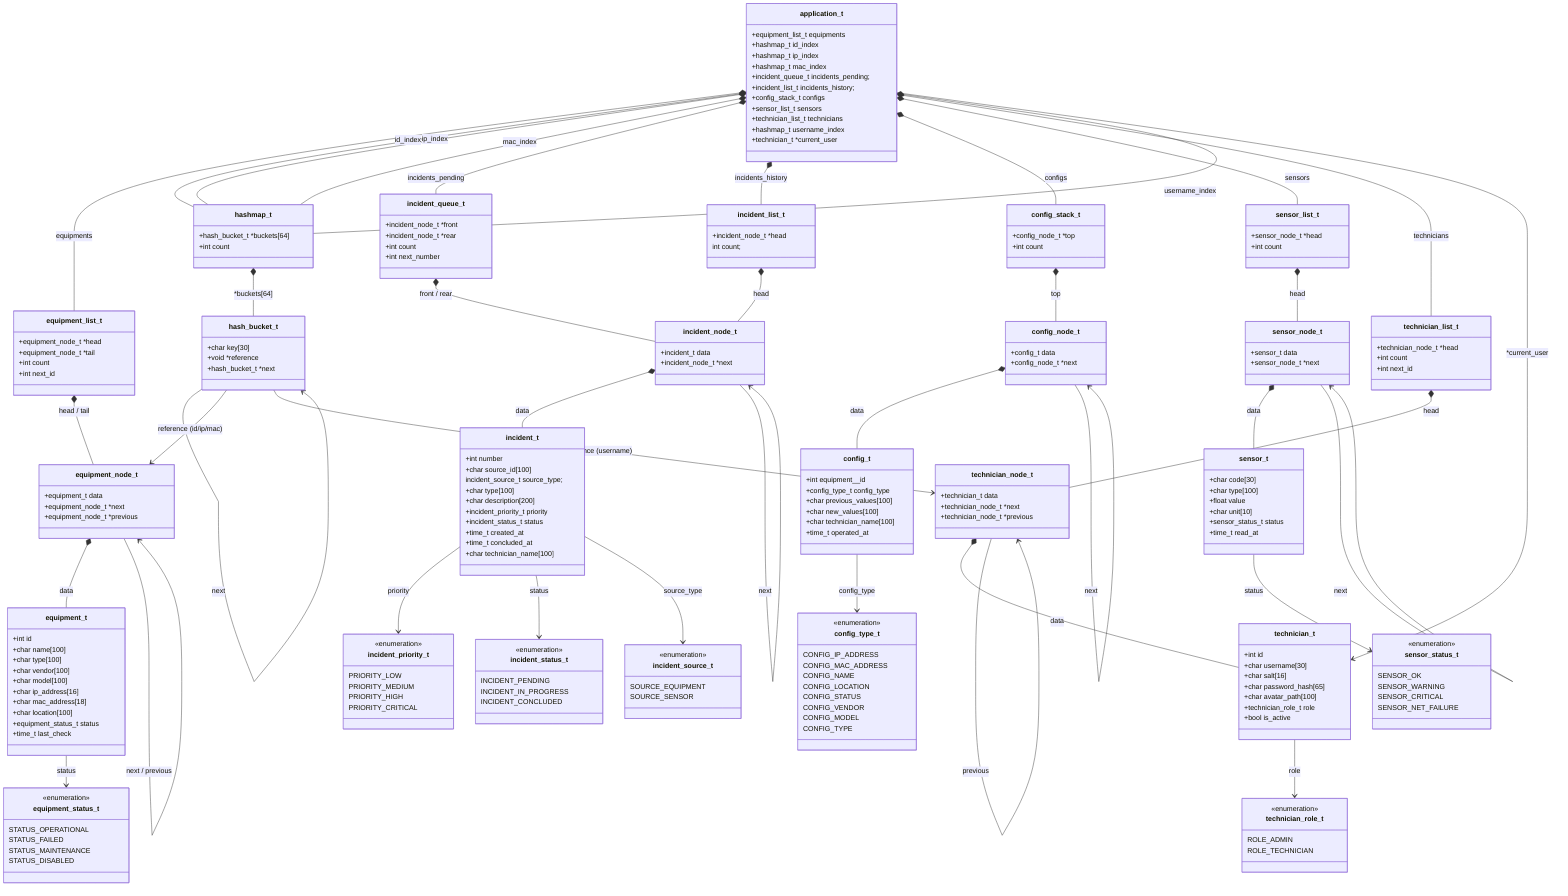
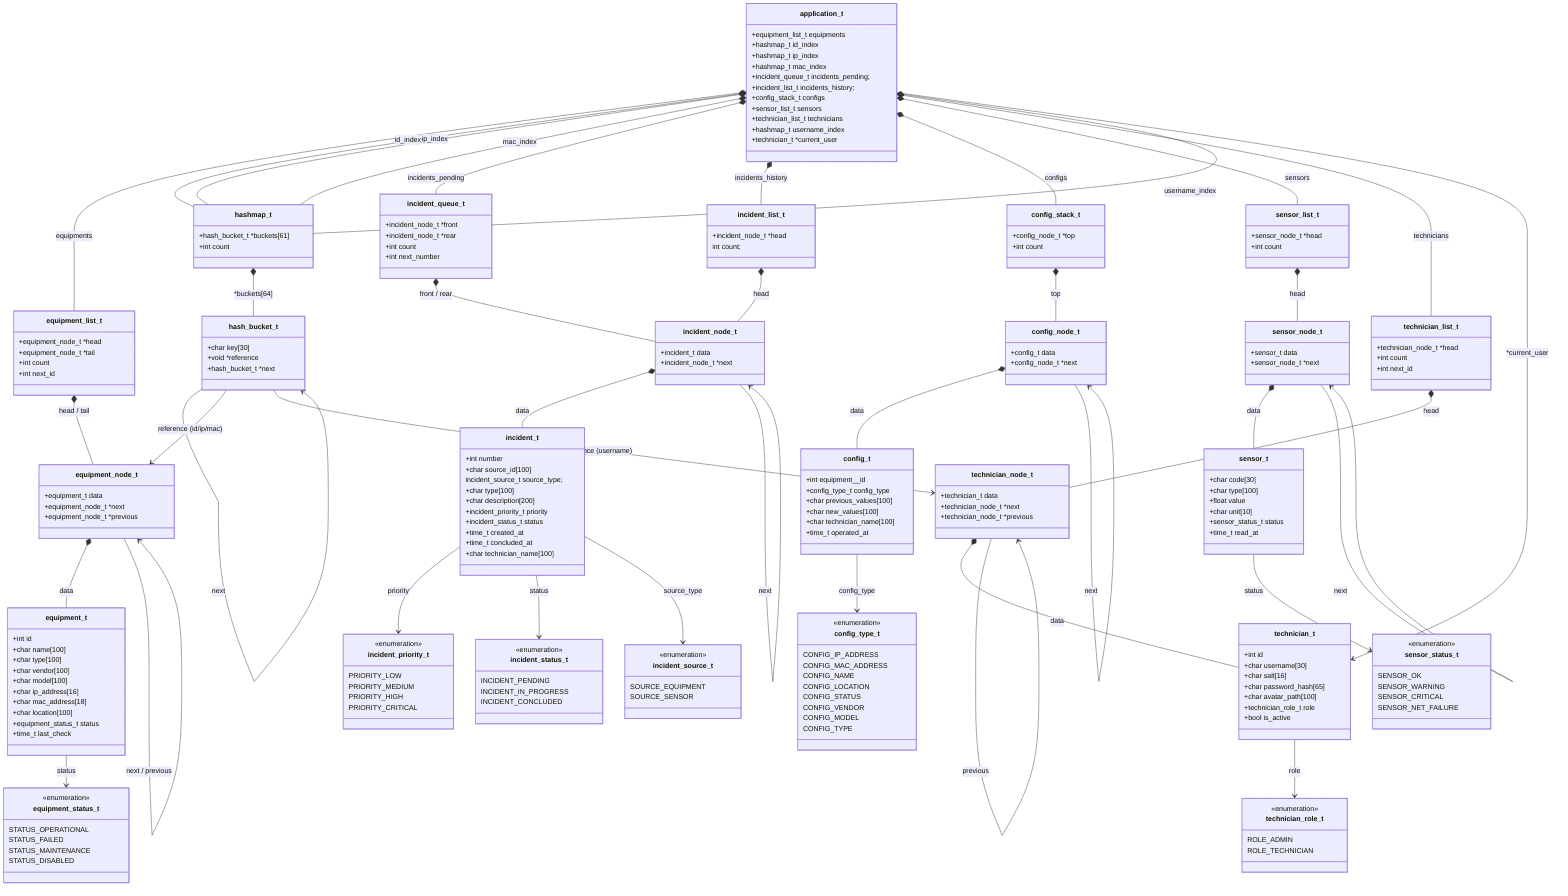
classDiagram

class application_t {
  +equipment_list_t       equipments
  +hashmap_t              id_index
  +hashmap_t              ip_index
  +hashmap_t              mac_index
  +incident_queue_t       incidents_pending;
  +incident_list_t        incidents_history;
  +config_stack_t         configs
  +sensor_list_t          sensors
  +technician_list_t      technicians
  +hashmap_t              username_index
  +technician_t           *current_user
}


class equipment_t {
  +int                     id
  +char                    name[100]
  +char                    type[100]
  +char                    vendor[100]
  +char                    model[100]
  +char                    ip_address[16]
  +char                    mac_address[18]
  +char                    location[100]
  +equipment_status_t      status
  +time_t                  last_check
}

class equipment_node_t {
  +equipment_t           data
  +equipment_node_t      *next
  +equipment_node_t      *previous
}

class equipment_list_t {
  +equipment_node_t      *head
  +equipment_node_t      *tail
  +int                   count
  +int                   next_id
}



class incident_t {
  +int                      number
  +char                     source_id[100]
  incident_source_t         source_type;
  +char                     type[100]
  +char                     description[200]
  +incident_priority_t      priority
  +incident_status_t        status
  +time_t                   created_at
  +time_t                   concluded_at
  +char                     technician_name[100]
}

class incident_node_t {
  +incident_t           data
  +incident_node_t      *next
}

class incident_queue_t {
  +incident_node_t      *front
  +incident_node_t      *rear
  +int                  count
  +int                  next_number
}

class incident_list_t {
  +incident_node_t      *head
  int                   count;
}



class config_t {
  +int                equipment__id
  +config_type_t      config_type
  +char               previous_values[100]
  +char               new_values[100]
  +char               technician_name[100]
  +time_t             operated_at
}

class config_node_t {
  +config_t           data
  +config_node_t      *next
}

class config_stack_t {
  +config_node_t      *top
  +int                count
}



class sensor_t {
  +char                 code[30]
  +char                 type[100]
  +float                value
  +char                 unit[10]
  +sensor_status_t      status
  +time_t               read_at
}

class sensor_node_t {
  +sensor_t           data
  +sensor_node_t      *next
}

class sensor_list_t {
  +sensor_node_t      *head
  +int                count
}



class technician_t {
  +int                    id
  +char                   username[30]
  +char                   salt[16]
  +char                   password_hash[65]
  +char                   avatar_path[100]
  +technician_role_t      role
  +bool                   is_active
}

class technician_node_t {
  +technician_t           data
  +technician_node_t      *next
  +technician_node_t      *previous
}

class technician_list_t {
  +technician_node_t      *head
  +int                    count
  +int                    next_id
}



class hashmap_t {
-   +hash_bucket_t      *buckets[64]
+   +hash_bucket_t      *buckets[61]
  +int                count
}

class hash_bucket_t {
  +char               key[30]
  +void               *reference
  +hash_bucket_t      *next
}



class equipment_status_t {
  <<enumeration>>
  STATUS_OPERATIONAL
  STATUS_FAILED
  STATUS_MAINTENANCE
  STATUS_DISABLED
}

class incident_priority_t {
  <<enumeration>>
  PRIORITY_LOW
  PRIORITY_MEDIUM
  PRIORITY_HIGH
  PRIORITY_CRITICAL
}

class incident_status_t {
  <<enumeration>>
  INCIDENT_PENDING
  INCIDENT_IN_PROGRESS
  INCIDENT_CONCLUDED
}

class incident_source_t {
  <<enumeration>>
  SOURCE_EQUIPMENT
  SOURCE_SENSOR
}

class config_type_t {
  <<enumeration>>
  CONFIG_IP_ADDRESS
  CONFIG_MAC_ADDRESS
  CONFIG_NAME
  CONFIG_LOCATION
  CONFIG_STATUS
  CONFIG_VENDOR
  CONFIG_MODEL
  CONFIG_TYPE
}

class sensor_status_t {
  <<enumeration>>
  SENSOR_OK
  SENSOR_WARNING
  SENSOR_CRITICAL
  SENSOR_NET_FAILURE
}

class technician_role_t {
  <<enumeration>>
  ROLE_ADMIN
  ROLE_TECHNICIAN
}



application_t *-- equipment_list_t      : equipments
application_t *-- hashmap_t             : id_index
application_t *-- hashmap_t             : ip_index
application_t *-- hashmap_t             : mac_index
application_t *-- incident_queue_t      : incidents_pending
application_t *-- incident_list_t       : incidents_history
application_t *-- config_stack_t        : configs
application_t *-- sensor_list_t         : sensors
application_t *-- technician_list_t     : technicians
application_t *-- hashmap_t             : username_index
application_t --> technician_t          : *current_user



equipment_t --> equipment_status_t         : status
equipment_node_t *-- equipment_t           : data
equipment_node_t --> equipment_node_t      : next / previous
equipment_list_t *-- equipment_node_t      : head / tail



incident_t --> incident_priority_t       : priority
incident_t --> incident_status_t         : status
incident_t --> incident_source_t         : source_type
incident_node_t *-- incident_t           : data
incident_node_t --> incident_node_t      : next
incident_queue_t *-- incident_node_t     : front / rear
incident_list_t *-- incident_node_t      : head


config_t --> config_type_t           : config_type
config_node_t *-- config_t           : data
config_node_t --> config_node_t      : next
config_stack_t *-- config_node_t     : top



sensor_t --> sensor_status_t         : status
sensor_node_t *-- sensor_t           : data
sensor_node_t --> sensor_node_t      : next
sensor_list_t *-- sensor_node_t      : head



technician_t --> technician_role_t           : role
technician_node_t *-- technician_t           : data
technician_node_t --> technician_node_t      : next
technician_node_t --> technician_node_t      : previous
technician_list_t *-- technician_node_t      : head



hashmap_t *-- hash_bucket_t             : *buckets[64]
hash_bucket_t --> hash_bucket_t         : next
hash_bucket_t --> equipment_node_t      : reference (id/ip/mac)
hash_bucket_t --> technician_node_t     : reference (username)
